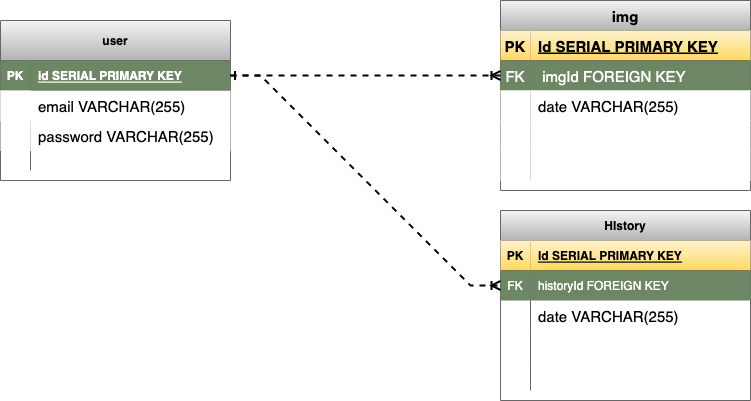
xxmark10xx/project-2 keeps this draw.io diagram as ERD.drawio.png. Above is the earlier version. Source tidied: cells renumbered, new cells last; positions are measured from the earlier drawing's top-left corner, leaving out a move shared by most shapes.
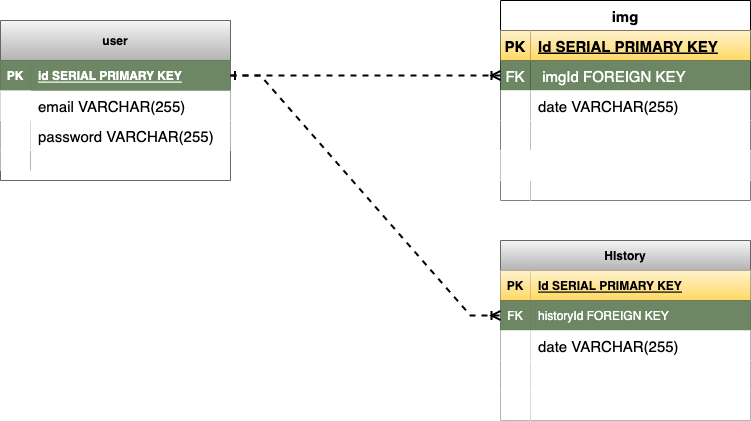
Later version of the same file.

The edit, as a diff of the source:
```diff
@@ -35,14 +35,14 @@
     <mxCell id="12" style="shape=tableRow;horizontal=0;startSize=0;swimlaneHead=0;swimlaneBody=0;fillColor=none;top=0;left=0;right=0;bottom=0;" parent="2" vertex="1">
       <mxGeometry y="130" width="230" height="20" as="geometry" />
     </mxCell>
-    <mxCell id="13" style="shape=partialRectangle;fillColor=none;top=0;left=0;bottom=0;right=0;overflow=hidden;" parent="12" vertex="1">
+    <mxCell id="13" style="shape=partialRectangle;top=0;left=0;bottom=0;right=0;overflow=hidden;" parent="12" vertex="1">
       <mxGeometry width="30" height="20" as="geometry" />
     </mxCell>
     <mxCell id="14" style="shape=partialRectangle;fillColor=none;top=0;left=0;bottom=0;right=0;align=left;spacingLeft=6;overflow=hidden;" parent="12" vertex="1">
       <mxGeometry x="30" width="200" height="20" as="geometry" />
     </mxCell>
-    <mxCell id="15" value="img" style="shape=table;startSize=30;rowLines=0;fontStyle=1;align=center;fontSize=15;fillColor=#f5f5f5;gradientColor=#b3b3b3;strokeColor=#666666;" parent="1" vertex="1">
-      <mxGeometry x="500" width="250" height="190" as="geometry" />
+    <mxCell id="15" value="img" style="shape=table;startSize=30;rowLines=0;fontStyle=1;align=center;fontSize=15;" parent="1" vertex="1">
+      <mxGeometry x="500" width="250" height="200" as="geometry" />
     </mxCell>
     <mxCell id="16" style="shape=tableRow;horizontal=0;startSize=0;swimlaneHead=0;swimlaneBody=0;fillColor=none;top=0;left=0;right=0;bottom=1;fontSize=15;" parent="15" vertex="1">
       <mxGeometry y="30" width="250" height="30" as="geometry" />
@@ -80,20 +80,29 @@
     <mxCell id="27" style="shape=partialRectangle;top=0;left=0;bottom=0;right=0;align=left;spacingLeft=6;overflow=hidden;fontSize=15;" parent="25" vertex="1">
       <mxGeometry x="30" width="220" height="30" as="geometry" />
     </mxCell>
+    <mxCell id="49" style="shape=tableRow;horizontal=0;startSize=0;swimlaneHead=0;swimlaneBody=0;top=0;left=0;right=0;bottom=0;fontSize=15;" parent="15" vertex="1">
+      <mxGeometry y="150" width="250" height="30" as="geometry" />
+    </mxCell>
+    <mxCell id="50" style="shape=partialRectangle;top=0;left=0;bottom=0;right=0;overflow=hidden;fontSize=15;" parent="49" vertex="1">
+      <mxGeometry width="30" height="30" as="geometry" />
+    </mxCell>
+    <mxCell id="51" style="shape=partialRectangle;top=0;left=0;bottom=0;right=0;align=left;spacingLeft=6;overflow=hidden;fontSize=15;" parent="49" vertex="1">
+      <mxGeometry x="30" width="220" height="30" as="geometry" />
+    </mxCell>
     <mxCell id="28" style="shape=tableRow;horizontal=0;startSize=0;swimlaneHead=0;swimlaneBody=0;fillColor=none;top=0;left=0;right=0;bottom=0;fontSize=15;" parent="15" vertex="1">
-      <mxGeometry y="150" width="250" height="30" as="geometry" />
+      <mxGeometry y="180" width="250" height="20" as="geometry" />
     </mxCell>
     <mxCell id="29" style="shape=partialRectangle;top=0;left=0;bottom=0;right=0;overflow=hidden;fontSize=15;" parent="28" vertex="1">
-      <mxGeometry width="30" height="30" as="geometry" />
+      <mxGeometry width="30" height="20" as="geometry" />
     </mxCell>
     <mxCell id="30" style="shape=partialRectangle;top=0;left=0;bottom=0;right=0;align=left;spacingLeft=6;overflow=hidden;fontSize=15;" parent="28" vertex="1">
-      <mxGeometry x="30" width="220" height="30" as="geometry" />
+      <mxGeometry x="30" width="220" height="20" as="geometry" />
     </mxCell>
     <mxCell id="31" style="edgeStyle=entityRelationEdgeStyle;fontSize=12;html=1;endArrow=ERoneToMany;rounded=0;exitX=1;exitY=0.5;exitDx=0;exitDy=0;startArrow=ERone;startFill=0;dashed=1;strokeWidth=2;entryX=0;entryY=0.5;entryDx=0;entryDy=0;" parent="1" edge="1" source="3" target="19">
       <mxGeometry relative="1" as="geometry" />
     </mxCell>
     <mxCell id="32" value="HIstory" style="shape=table;startSize=30;rowLines=0;fontStyle=1;align=center;fillColor=#f5f5f5;gradientColor=#b3b3b3;strokeColor=#666666;" parent="1" vertex="1">
-      <mxGeometry x="500" y="210" width="250" height="190" as="geometry" />
+      <mxGeometry x="500" y="240" width="250" height="180" as="geometry" />
     </mxCell>
     <mxCell id="33" style="shape=tableRow;horizontal=0;startSize=0;swimlaneHead=0;swimlaneBody=0;fillColor=none;top=0;left=0;right=0;bottom=1;" parent="32" vertex="1">
       <mxGeometry y="30" width="250" height="30" as="geometry" />
@@ -116,28 +125,28 @@
     <mxCell id="39" style="shape=tableRow;horizontal=0;startSize=0;swimlaneHead=0;swimlaneBody=0;fillColor=none;top=0;left=0;right=0;bottom=0;" parent="32" vertex="1">
       <mxGeometry y="90" width="250" height="30" as="geometry" />
     </mxCell>
-    <mxCell id="40" style="shape=partialRectangle;fillColor=none;top=0;left=0;bottom=0;right=0;overflow=hidden;" parent="39" vertex="1">
+    <mxCell id="40" style="shape=partialRectangle;top=0;left=0;bottom=0;right=0;overflow=hidden;" parent="39" vertex="1">
       <mxGeometry width="30" height="30" as="geometry" />
     </mxCell>
-    <mxCell id="41" value="date VARCHAR(255)" style="shape=partialRectangle;fillColor=none;top=0;left=0;bottom=0;right=0;align=left;spacingLeft=6;overflow=hidden;fontSize=15;" parent="39" vertex="1">
+    <mxCell id="41" value="date VARCHAR(255)" style="shape=partialRectangle;top=0;left=0;bottom=0;right=0;align=left;spacingLeft=6;overflow=hidden;fontSize=15;" parent="39" vertex="1">
       <mxGeometry x="30" width="220" height="30" as="geometry" />
     </mxCell>
     <mxCell id="42" style="shape=tableRow;horizontal=0;startSize=0;swimlaneHead=0;swimlaneBody=0;fillColor=none;top=0;left=0;right=0;bottom=0;" parent="32" vertex="1">
       <mxGeometry y="120" width="250" height="30" as="geometry" />
     </mxCell>
-    <mxCell id="43" style="shape=partialRectangle;fillColor=none;top=0;left=0;bottom=0;right=0;overflow=hidden;" parent="42" vertex="1">
+    <mxCell id="43" style="shape=partialRectangle;top=0;left=0;bottom=0;right=0;overflow=hidden;" parent="42" vertex="1">
       <mxGeometry width="30" height="30" as="geometry" />
     </mxCell>
-    <mxCell id="44" style="shape=partialRectangle;fillColor=none;top=0;left=0;bottom=0;right=0;align=left;spacingLeft=6;overflow=hidden;" parent="42" vertex="1">
+    <mxCell id="44" style="shape=partialRectangle;top=0;left=0;bottom=0;right=0;align=left;spacingLeft=6;overflow=hidden;" parent="42" vertex="1">
       <mxGeometry x="30" width="220" height="30" as="geometry" />
     </mxCell>
     <mxCell id="45" style="shape=tableRow;horizontal=0;startSize=0;swimlaneHead=0;swimlaneBody=0;fillColor=none;top=0;left=0;right=0;bottom=0;" parent="32" vertex="1">
       <mxGeometry y="150" width="250" height="30" as="geometry" />
     </mxCell>
-    <mxCell id="46" style="shape=partialRectangle;fillColor=none;top=0;left=0;bottom=0;right=0;overflow=hidden;" parent="45" vertex="1">
+    <mxCell id="46" style="shape=partialRectangle;top=0;left=0;bottom=0;right=0;overflow=hidden;" parent="45" vertex="1">
       <mxGeometry width="30" height="30" as="geometry" />
     </mxCell>
-    <mxCell id="47" style="shape=partialRectangle;fillColor=none;top=0;left=0;bottom=0;right=0;align=left;spacingLeft=6;overflow=hidden;" parent="45" vertex="1">
+    <mxCell id="47" style="shape=partialRectangle;top=0;left=0;bottom=0;right=0;align=left;spacingLeft=6;overflow=hidden;" parent="45" vertex="1">
       <mxGeometry x="30" width="220" height="30" as="geometry" />
     </mxCell>
     <mxCell id="48" style="edgeStyle=entityRelationEdgeStyle;fontSize=12;html=1;endArrow=ERoneToMany;rounded=0;exitX=1;exitY=0.5;exitDx=0;exitDy=0;entryX=0;entryY=0.5;entryDx=0;entryDy=0;dashed=1;strokeWidth=2;" parent="1" edge="1" source="3" target="36">
```
